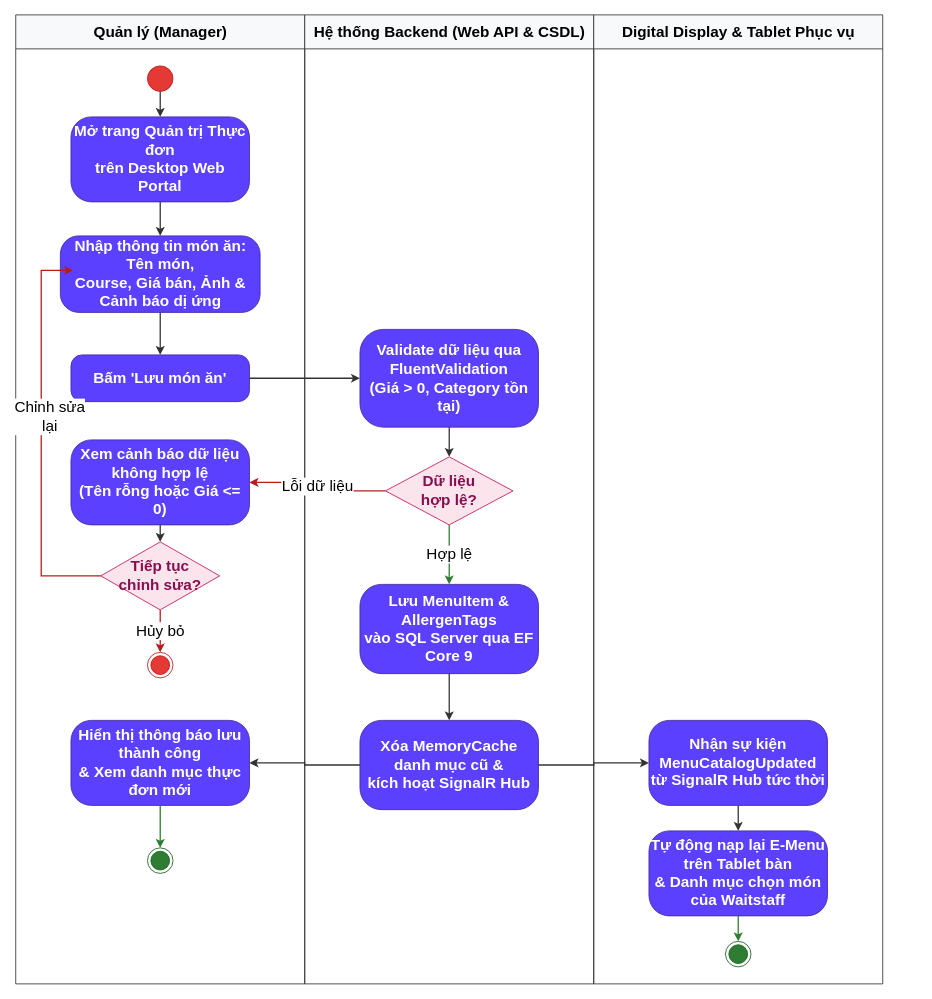
The draw.io diagram docs/phase1/drawio/ad11_menu_management.drawio in AndrewQng/VinDining, before the edit. Source tidied: cells renumbered, new cells numbered last; positions are measured from the earlier drawing's top-left corner, leaving out a move shared by most shapes. Both pictures are drawn from the tidied source at 85%, with x=0, y=0 at pixel (15, 14).
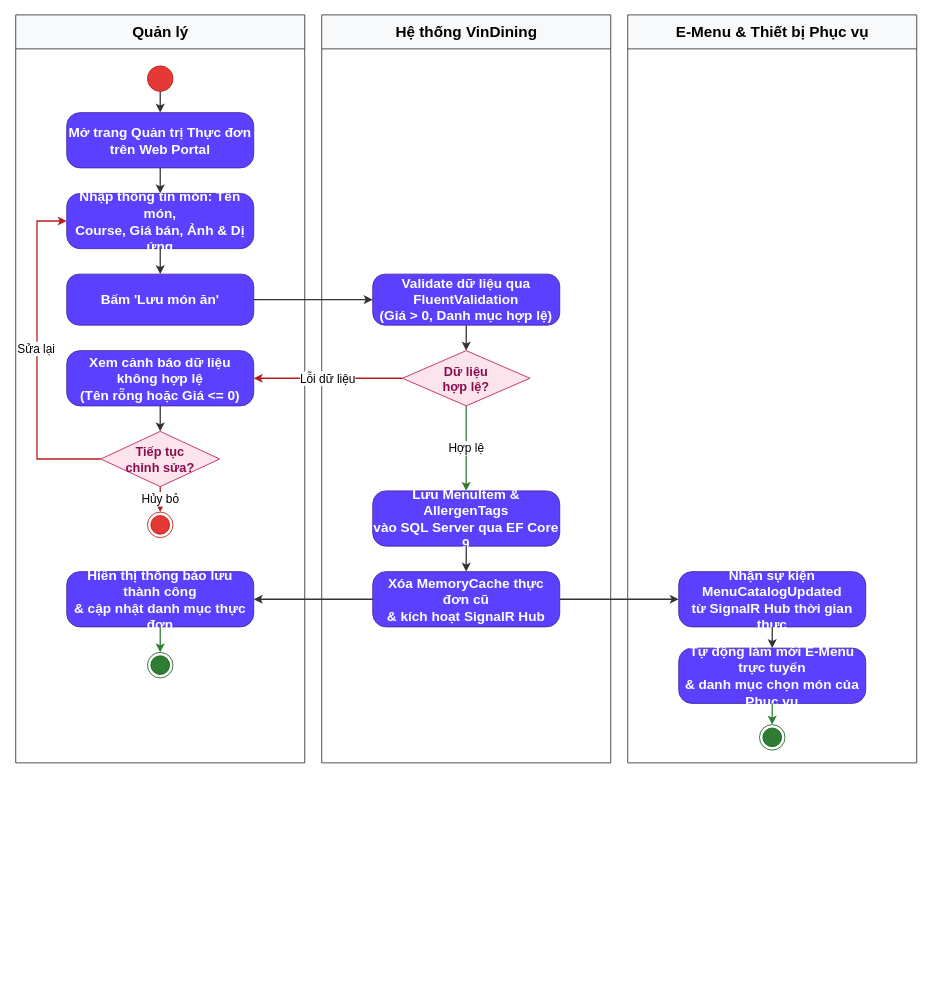
After the change.

Diff of the diagram source:
```diff
@@
-    <mxCell id="2" value="Quản lý (Manager)" style="swimlane;html=1;startSize=40;horizontal=1;fontStyle=1;fontSize=18;align=center;verticalAlign=middle;fillColor=#f8f9fa;strokeColor=#333333;swimlaneLine=1;" parent="1" vertex="1">
-      <mxGeometry width="340" height="1140" as="geometry" />
+    <mxCell id="2" value="Quản lý" style="swimlane;html=1;startSize=40;horizontal=1;fontStyle=1;fontSize=18;align=center;verticalAlign=middle;fillColor=#f8f9fa;strokeColor=#333333;swimlaneLine=1;" parent="1" vertex="1">
+      <mxGeometry width="340" height="880" as="geometry" />
     </mxCell>
-    <mxCell id="3" style="ellipse;whiteSpace=wrap;html=1;fillColor=#e53935;strokeColor=#b71c1c;fontSize=18;" parent="2" vertex="1">
+    <mxCell id="3" style="ellipse;whiteSpace=wrap;html=1;fillColor=#e53935;strokeColor=#b71c1c;" parent="2" vertex="1">
       <mxGeometry x="155" y="60" width="30" height="30" as="geometry" />
     </mxCell>
-    <mxCell id="4" value="Mở trang Quản trị Thực đơn&#10;trên Desktop Web Portal" style="rounded=1;arcSize=24;whiteSpace=wrap;html=1;fillColor=#5b40ff;strokeColor=#4527a0;fontColor=#ffffff;fontStyle=1;fontSize=18;align=center;verticalAlign=middle;" parent="2" vertex="1">
-      <mxGeometry x="65" y="120" width="210" height="100" as="geometry" />
+    <mxCell id="4" value="Mở trang Quản trị Thực đơn&#10;trên Web Portal" style="rounded=1;arcSize=24;whiteSpace=wrap;html=1;fillColor=#5b40ff;strokeColor=#4527a0;fontColor=#ffffff;fontStyle=1;fontSize=16;align=center;verticalAlign=middle;" parent="2" vertex="1">
+      <mxGeometry x="60" y="115" width="220" height="65" as="geometry" />
     </mxCell>
-    <mxCell id="5" value="Nhập thông tin món ăn: Tên món,&#10;Course, Giá bán, Ảnh &amp;amp; Cảnh báo dị ứng" style="rounded=1;arcSize=24;whiteSpace=wrap;html=1;fillColor=#5b40ff;strokeColor=#4527a0;fontColor=#ffffff;fontStyle=1;fontSize=18;align=center;verticalAlign=middle;" parent="2" vertex="1">
-      <mxGeometry x="52.5" y="260" width="235" height="90" as="geometry" />
+    <mxCell id="5" value="Nhập thông tin món: Tên món,&#10;Course, Giá bán, Ảnh &amp;amp; Dị ứng" style="rounded=1;arcSize=24;whiteSpace=wrap;html=1;fillColor=#5b40ff;strokeColor=#4527a0;fontColor=#ffffff;fontStyle=1;fontSize=16;align=center;verticalAlign=middle;" parent="2" vertex="1">
+      <mxGeometry x="60" y="210" width="220" height="65" as="geometry" />
     </mxCell>
-    <mxCell id="6" value="Bấm 'Lưu món ăn'" style="rounded=1;arcSize=24;whiteSpace=wrap;html=1;fillColor=#5b40ff;strokeColor=#4527a0;fontColor=#ffffff;fontStyle=1;fontSize=18;align=center;verticalAlign=middle;" parent="2" vertex="1">
-      <mxGeometry x="65" y="400" width="210" height="55" as="geometry" />
+    <mxCell id="6" value="Bấm 'Lưu món ăn'" style="rounded=1;arcSize=24;whiteSpace=wrap;html=1;fillColor=#5b40ff;strokeColor=#4527a0;fontColor=#ffffff;fontStyle=1;fontSize=16;align=center;verticalAlign=middle;" parent="2" vertex="1">
+      <mxGeometry x="60" y="305" width="220" height="60" as="geometry" />
     </mxCell>
-    <mxCell id="7" value="Xem cảnh báo dữ liệu không hợp lệ&#10;(Tên rỗng hoặc Giá &amp;lt;= 0)" style="rounded=1;arcSize=24;whiteSpace=wrap;html=1;fillColor=#5b40ff;strokeColor=#4527a0;fontColor=#ffffff;fontStyle=1;fontSize=18;align=center;verticalAlign=middle;" parent="2" vertex="1">
-      <mxGeometry x="65" y="500" width="210" height="100" as="geometry" />
+    <mxCell id="7" value="Xem cảnh báo dữ liệu không hợp lệ&#10;(Tên rỗng hoặc Giá &amp;lt;= 0)" style="rounded=1;arcSize=24;whiteSpace=wrap;html=1;fillColor=#5b40ff;strokeColor=#4527a0;fontColor=#ffffff;fontStyle=1;fontSize=16;align=center;verticalAlign=middle;" parent="2" vertex="1">
+      <mxGeometry x="60" y="395" width="220" height="65" as="geometry" />
     </mxCell>
-    <mxCell id="8" value="Tiếp tục&#10;chỉnh sửa?" style="rhombus;whiteSpace=wrap;html=1;fillColor=#fce4ec;strokeColor=#c2185b;fontColor=#880e4f;fontStyle=1;fontSize=18;align=center;verticalAlign=middle;" parent="2" vertex="1">
-      <mxGeometry x="100" y="620" width="140" height="80" as="geometry" />
+    <mxCell id="8" value="Tiếp tục&#10;chỉnh sửa?" style="rhombus;whiteSpace=wrap;html=1;fillColor=#fce4ec;strokeColor=#c2185b;fontColor=#880e4f;fontStyle=1;fontSize=15;align=center;verticalAlign=middle;" parent="2" vertex="1">
+      <mxGeometry x="100" y="490" width="140" height="65" as="geometry" />
     </mxCell>
-    <mxCell id="9" style="ellipse;html=1;shape=endState;fillColor=#e53935;strokeColor=#b71c1c;fontSize=18;" parent="2" vertex="1">
-      <mxGeometry x="155" y="750" width="30" height="30" as="geometry" />
+    <mxCell id="9" style="ellipse;html=1;shape=endState;fillColor=#e53935;strokeColor=#b71c1c;" parent="2" vertex="1">
+      <mxGeometry x="155" y="585" width="30" height="30" as="geometry" />
     </mxCell>
-    <mxCell id="10" value="Hiển thị thông báo lưu thành công&#10;&amp;amp; Xem danh mục thực đơn mới" style="rounded=1;arcSize=24;whiteSpace=wrap;html=1;fillColor=#5b40ff;strokeColor=#4527a0;fontColor=#ffffff;fontStyle=1;fontSize=18;align=center;verticalAlign=middle;" parent="2" vertex="1">
-      <mxGeometry x="65" y="830" width="210" height="100" as="geometry" />
+    <mxCell id="10" value="Hiển thị thông báo lưu thành công&#10;&amp;amp; cập nhật danh mục thực đơn" style="rounded=1;arcSize=24;whiteSpace=wrap;html=1;fillColor=#5b40ff;strokeColor=#4527a0;fontColor=#ffffff;fontStyle=1;fontSize=16;align=center;verticalAlign=middle;" parent="2" vertex="1">
+      <mxGeometry x="60" y="655" width="220" height="65" as="geometry" />
     </mxCell>
+    <mxCell id="12" style="ellipse;html=1;shape=endState;fillColor=#2e7d32;strokeColor=#1b5e20;" parent="2" vertex="1">
+      <mxGeometry x="155" y="750" width="30" height="30" as="geometry" />
+    </mxCell>
+    <mxCell id="28" style="edgeStyle=orthogonalEdgeStyle;rounded=0;strokeColor=#333333;strokeWidth=1.5;html=1;exitX=0.5;exitY=1;entryX=0.5;entryY=0;" parent="2" edge="1" source="3" target="4">
+      <mxGeometry relative="1" as="geometry" />
+    </mxCell>
+    <mxCell id="29" style="edgeStyle=orthogonalEdgeStyle;rounded=0;strokeColor=#333333;strokeWidth=1.5;html=1;exitX=0.5;exitY=1;entryX=0.5;entryY=0;" parent="2" edge="1" source="4" target="5">
+      <mxGeometry relative="1" as="geometry" />
+    </mxCell>
+    <mxCell id="30" style="edgeStyle=orthogonalEdgeStyle;rounded=0;strokeColor=#333333;strokeWidth=1.5;html=1;exitX=0.5;exitY=1;entryX=0.5;entryY=0;" parent="2" edge="1" source="5" target="6">
+      <mxGeometry relative="1" as="geometry" />
+    </mxCell>
+    <mxCell id="33" style="edgeStyle=orthogonalEdgeStyle;rounded=0;strokeColor=#333333;strokeWidth=1.5;html=1;exitX=0.5;exitY=1;entryX=0.5;entryY=0;" parent="2" edge="1" source="7" target="8">
+      <mxGeometry relative="1" as="geometry" />
+    </mxCell>
+    <mxCell id="34" value="Hủy bỏ" style="edgeStyle=orthogonalEdgeStyle;rounded=0;strokeColor=#b71c1c;strokeWidth=1.5;html=1;fontSize=14;labelBackgroundColor=#ffffff;exitX=0.5;exitY=1;entryX=0.5;entryY=0;" parent="2" edge="1" source="8" target="9">
+      <mxGeometry relative="1" as="geometry" />
+    </mxCell>
+    <mxCell id="13" value="Sửa lại" style="edgeStyle=orthogonalEdgeStyle;rounded=0;strokeColor=#b71c1c;strokeWidth=1.5;html=1;fontSize=14;labelBackgroundColor=#ffffff;exitX=0;exitY=0.5;entryX=0;entryY=0.5;" parent="2" edge="1" source="8" target="5">
+      <mxGeometry relative="1" as="geometry">
+        <Array as="points">
+          <mxPoint x="25" y="522.5" />
+          <mxPoint x="25" y="242.5" />
+        </Array>
+        <mxPoint x="-1" y="-10" as="offset" />
+      </mxGeometry>
+    </mxCell>
-    <mxCell id="11" style="edgeStyle=orthogonalEdgeStyle;rounded=0;strokeColor=#2e7d32;strokeWidth=1.5;html=1;exitX=0.5;exitY=1;entryX=0.5;entryY=0;fontSize=18;" parent="2" edge="1" source="10" target="12">
+    <mxCell id="11" style="edgeStyle=orthogonalEdgeStyle;rounded=0;strokeColor=#2e7d32;strokeWidth=1.5;html=1;exitX=0.5;exitY=1;entryX=0.5;entryY=0;" parent="2" edge="1" source="10" target="12">
       <mxGeometry relative="1" as="geometry" />
     </mxCell>
-    <mxCell id="12" style="ellipse;html=1;shape=endState;fillColor=#2e7d32;strokeColor=#1b5e20;fontSize=18;" parent="2" vertex="1">
-      <mxGeometry x="155" y="980" width="30" height="30" as="geometry" />
-    </mxCell>
-    <mxCell id="13" value="Chỉnh sửa&#10;lại" style="edgeStyle=orthogonalEdgeStyle;rounded=0;strokeColor=#b71c1c;strokeWidth=1.5;html=1;fontSize=18;labelBackgroundColor=#ffffff;exitX=0;exitY=0.5;entryX=0;entryY=0.452;entryDx=0;entryDy=0;entryPerimeter=0;exitDx=0;exitDy=0;" parent="2" edge="1" source="8">
-      <mxGeometry x="0.1" y="-10" relative="1" as="geometry">
-        <mxPoint x="67.5" y="300.7" as="targetPoint" />
-        <Array as="points">
-          <mxPoint x="30" y="660" />
-          <mxPoint x="30" y="300" />
-          <mxPoint x="67.5" y="300" />
-        </Array>
-      </mxGeometry>
-    </mxCell>
-    <mxCell id="14" value="Hệ thống Backend (Web API &amp;amp; CSDL)" style="swimlane;html=1;startSize=40;horizontal=1;fontStyle=1;fontSize=18;align=center;verticalAlign=middle;fillColor=#f8f9fa;strokeColor=#333333;swimlaneLine=1;" parent="1" vertex="1">
-      <mxGeometry x="340" width="340" height="1140" as="geometry" />
+    <mxCell id="14" value="Hệ thống VinDining" style="swimlane;html=1;startSize=40;horizontal=1;fontStyle=1;fontSize=18;align=center;verticalAlign=middle;fillColor=#f8f9fa;strokeColor=#333333;swimlaneLine=1;" parent="1" vertex="1">
+      <mxGeometry x="360" width="340" height="880" as="geometry" />
     </mxCell>
-    <mxCell id="15" value="Validate dữ liệu qua FluentValidation&#10;(Giá &amp;gt; 0, Category tồn tại)" style="rounded=1;arcSize=24;whiteSpace=wrap;html=1;fillColor=#5b40ff;strokeColor=#4527a0;fontColor=#ffffff;fontStyle=1;fontSize=18;align=center;verticalAlign=middle;" parent="14" vertex="1">
-      <mxGeometry x="65" y="370" width="210" height="115" as="geometry" />
+    <mxCell id="15" value="Validate dữ liệu qua FluentValidation&#10;(Giá &amp;gt; 0, Danh mục hợp lệ)" style="rounded=1;arcSize=24;whiteSpace=wrap;html=1;fillColor=#5b40ff;strokeColor=#4527a0;fontColor=#ffffff;fontStyle=1;fontSize=16;align=center;verticalAlign=middle;" parent="14" vertex="1">
+      <mxGeometry x="60" y="305" width="220" height="60" as="geometry" />
     </mxCell>
-    <mxCell id="16" value="Dữ liệu&#10;hợp lệ?" style="rhombus;whiteSpace=wrap;html=1;fillColor=#fce4ec;strokeColor=#c2185b;fontColor=#880e4f;fontStyle=1;fontSize=18;align=center;verticalAlign=middle;" parent="14" vertex="1">
-      <mxGeometry x="95" y="520" width="150" height="80" as="geometry" />
+    <mxCell id="16" value="Dữ liệu&#10;hợp lệ?" style="rhombus;whiteSpace=wrap;html=1;fillColor=#fce4ec;strokeColor=#c2185b;fontColor=#880e4f;fontStyle=1;fontSize=15;align=center;verticalAlign=middle;" parent="14" vertex="1">
+      <mxGeometry x="95" y="395" width="150" height="65" as="geometry" />
     </mxCell>
-    <mxCell id="17" value="Lưu MenuItem &amp;amp; AllergenTags&#10;vào SQL Server qua EF Core 9" style="rounded=1;arcSize=24;whiteSpace=wrap;html=1;fillColor=#5b40ff;strokeColor=#4527a0;fontColor=#ffffff;fontStyle=1;fontSize=18;align=center;verticalAlign=middle;" parent="14" vertex="1">
-      <mxGeometry x="65" y="670" width="210" height="105" as="geometry" />
+    <mxCell id="17" value="Lưu MenuItem &amp;amp; AllergenTags&#10;vào SQL Server qua EF Core 9" style="rounded=1;arcSize=24;whiteSpace=wrap;html=1;fillColor=#5b40ff;strokeColor=#4527a0;fontColor=#ffffff;fontStyle=1;fontSize=16;align=center;verticalAlign=middle;" parent="14" vertex="1">
+      <mxGeometry x="60" y="560" width="220" height="65" as="geometry" />
     </mxCell>
-    <mxCell id="18" value="Xóa MemoryCache danh mục cũ &amp;amp;&#10;kích hoạt SignalR Hub" style="rounded=1;arcSize=24;whiteSpace=wrap;html=1;fillColor=#5b40ff;strokeColor=#4527a0;fontColor=#ffffff;fontStyle=1;fontSize=18;align=center;verticalAlign=middle;" parent="14" vertex="1">
-      <mxGeometry x="65" y="830" width="210" height="105" as="geometry" />
+    <mxCell id="18" value="Xóa MemoryCache thực đơn cũ&#10;&amp;amp; kích hoạt SignalR Hub" style="rounded=1;arcSize=24;whiteSpace=wrap;html=1;fillColor=#5b40ff;strokeColor=#4527a0;fontColor=#ffffff;fontStyle=1;fontSize=16;align=center;verticalAlign=middle;" parent="14" vertex="1">
+      <mxGeometry x="60" y="655" width="220" height="65" as="geometry" />
     </mxCell>
-    <mxCell id="19" style="edgeStyle=orthogonalEdgeStyle;rounded=0;strokeColor=#333333;strokeWidth=1.5;html=1;exitX=0.5;exitY=1;entryX=0.5;entryY=0;fontSize=18;" parent="14" edge="1" source="15" target="16">
+    <mxCell id="19" style="edgeStyle=orthogonalEdgeStyle;rounded=0;strokeColor=#333333;strokeWidth=1.5;html=1;exitX=0.5;exitY=1;entryX=0.5;entryY=0;" parent="14" edge="1" source="15" target="16">
       <mxGeometry relative="1" as="geometry" />
     </mxCell>
-    <mxCell id="20" value="Hợp lệ" style="edgeStyle=orthogonalEdgeStyle;rounded=0;strokeColor=#2e7d32;strokeWidth=1.5;html=1;fontSize=18;labelBackgroundColor=#ffffff;exitX=0.5;exitY=1;entryX=0.5;entryY=0;" parent="14" edge="1" source="16" target="17">
+    <mxCell id="20" value="Hợp lệ" style="edgeStyle=orthogonalEdgeStyle;rounded=0;strokeColor=#2e7d32;strokeWidth=1.5;html=1;fontSize=14;labelBackgroundColor=#ffffff;exitX=0.5;exitY=1;entryX=0.5;entryY=0;" parent="14" edge="1" source="16" target="17">
       <mxGeometry relative="1" as="geometry" />
     </mxCell>
-    <mxCell id="21" style="edgeStyle=orthogonalEdgeStyle;rounded=0;strokeColor=#333333;strokeWidth=1.5;html=1;exitX=0.5;exitY=1;entryX=0.5;entryY=0;fontSize=18;" parent="14" edge="1" source="17" target="18">
+    <mxCell id="21" style="edgeStyle=orthogonalEdgeStyle;rounded=0;strokeColor=#333333;strokeWidth=1.5;html=1;exitX=0.5;exitY=1;entryX=0.5;entryY=0;" parent="14" edge="1" source="17" target="18">
       <mxGeometry relative="1" as="geometry" />
     </mxCell>
-    <mxCell id="22" value="Digital Display &amp;amp; Tablet Phục vụ" style="swimlane;html=1;startSize=40;horizontal=1;fontStyle=1;fontSize=18;align=center;verticalAlign=middle;fillColor=#f8f9fa;strokeColor=#333333;swimlaneLine=1;" parent="1" vertex="1">
-      <mxGeometry x="680" width="340" height="1140" as="geometry" />
+    <mxCell id="22" value="E-Menu &amp;amp; Thiết bị Phục vụ" style="swimlane;html=1;startSize=40;horizontal=1;fontStyle=1;fontSize=18;align=center;verticalAlign=middle;fillColor=#f8f9fa;strokeColor=#333333;swimlaneLine=1;" parent="1" vertex="1">
+      <mxGeometry x="720" width="340" height="880" as="geometry" />
     </mxCell>
-    <mxCell id="23" value="Nhận sự kiện MenuCatalogUpdated&#10;từ SignalR Hub tức thời" style="rounded=1;arcSize=24;whiteSpace=wrap;html=1;fillColor=#5b40ff;strokeColor=#4527a0;fontColor=#ffffff;fontStyle=1;fontSize=18;align=center;verticalAlign=middle;" parent="22" vertex="1">
-      <mxGeometry x="65" y="830" width="210" height="100" as="geometry" />
+    <mxCell id="23" value="Nhận sự kiện MenuCatalogUpdated&#10;từ SignalR Hub thời gian thực" style="rounded=1;arcSize=24;whiteSpace=wrap;html=1;fillColor=#5b40ff;strokeColor=#4527a0;fontColor=#ffffff;fontStyle=1;fontSize=16;align=center;verticalAlign=middle;" parent="22" vertex="1">
+      <mxGeometry x="60" y="655" width="220" height="65" as="geometry" />
     </mxCell>
-    <mxCell id="24" value="Tự động nạp lại E-Menu trên Tablet bàn&#10;&amp;amp; Danh mục chọn món của Waitstaff" style="rounded=1;arcSize=24;whiteSpace=wrap;html=1;fillColor=#5b40ff;strokeColor=#4527a0;fontColor=#ffffff;fontStyle=1;fontSize=18;align=center;verticalAlign=middle;" parent="22" vertex="1">
-      <mxGeometry x="65" y="960" width="210" height="100" as="geometry" />
+    <mxCell id="24" value="Tự động làm mới E-Menu trực tuyến&#10;&amp;amp; danh mục chọn món của Phục vụ" style="rounded=1;arcSize=24;whiteSpace=wrap;html=1;fillColor=#5b40ff;strokeColor=#4527a0;fontColor=#ffffff;fontStyle=1;fontSize=16;align=center;verticalAlign=middle;" parent="22" vertex="1">
+      <mxGeometry x="60" y="745" width="220" height="65" as="geometry" />
     </mxCell>
-    <mxCell id="25" style="ellipse;html=1;shape=endState;fillColor=#2e7d32;strokeColor=#1b5e20;fontSize=18;" parent="22" vertex="1">
-      <mxGeometry x="155" y="1090" width="30" height="30" as="geometry" />
+    <mxCell id="25" style="ellipse;html=1;shape=endState;fillColor=#2e7d32;strokeColor=#1b5e20;" parent="22" vertex="1">
+      <mxGeometry x="155" y="835" width="30" height="30" as="geometry" />
     </mxCell>
-    <mxCell id="26" style="edgeStyle=orthogonalEdgeStyle;rounded=0;strokeColor=#333333;strokeWidth=1.5;html=1;exitX=0.5;exitY=1;entryX=0.5;entryY=0;fontSize=18;" parent="22" edge="1" source="23" target="24">
+    <mxCell id="26" style="edgeStyle=orthogonalEdgeStyle;rounded=0;strokeColor=#333333;strokeWidth=1.5;html=1;exitX=0.5;exitY=1;entryX=0.5;entryY=0;" parent="22" edge="1" source="23" target="24">
       <mxGeometry relative="1" as="geometry" />
     </mxCell>
-    <mxCell id="27" style="edgeStyle=orthogonalEdgeStyle;rounded=0;strokeColor=#2e7d32;strokeWidth=1.5;html=1;exitX=0.5;exitY=1;entryX=0.5;entryY=0;fontSize=18;" parent="22" edge="1" source="24" target="25">
+    <mxCell id="27" style="edgeStyle=orthogonalEdgeStyle;rounded=0;strokeColor=#2e7d32;strokeWidth=1.5;html=1;exitX=0.5;exitY=1;entryX=0.5;entryY=0;" parent="22" edge="1" source="24" target="25">
       <mxGeometry relative="1" as="geometry" />
     </mxCell>
-    <mxCell id="28" style="edgeStyle=orthogonalEdgeStyle;rounded=0;strokeColor=#333333;strokeWidth=1.5;html=1;fontSize=18;" parent="1" edge="1" source="3" target="4">
-      <mxGeometry relative="1" as="geometry" />
-    </mxCell>
-    <mxCell id="29" style="edgeStyle=orthogonalEdgeStyle;rounded=0;strokeColor=#333333;strokeWidth=1.5;html=1;fontSize=18;" parent="1" edge="1" source="4" target="5">
-      <mxGeometry relative="1" as="geometry" />
-    </mxCell>
-    <mxCell id="30" style="edgeStyle=orthogonalEdgeStyle;rounded=0;strokeColor=#333333;strokeWidth=1.5;html=1;fontSize=18;" parent="1" edge="1" source="5" target="6">
-      <mxGeometry relative="1" as="geometry" />
-    </mxCell>
-    <mxCell id="31" style="edgeStyle=orthogonalEdgeStyle;rounded=0;strokeColor=#333333;strokeWidth=1.5;html=1;exitX=1;exitY=0.5;entryX=0;entryY=0.5;fontSize=18;" parent="1" edge="1" source="6" target="15">
+    <mxCell id="31" style="edgeStyle=orthogonalEdgeStyle;rounded=0;strokeColor=#333333;strokeWidth=1.5;html=1;exitX=1;exitY=0.5;entryX=0;entryY=0.5;" parent="1" edge="1" source="6" target="15">
       <mxGeometry relative="1" as="geometry" />
     </mxCell>
-    <mxCell id="32" value="Lỗi dữ liệu" style="edgeStyle=orthogonalEdgeStyle;rounded=0;strokeColor=#b71c1c;strokeWidth=1.5;html=1;fontSize=18;labelBackgroundColor=#ffffff;exitX=0;exitY=0.5;entryX=1;entryY=0.5;" parent="1" edge="1" source="16" target="7">
+    <mxCell id="32" value="Lỗi dữ liệu" style="edgeStyle=orthogonalEdgeStyle;rounded=0;strokeColor=#b71c1c;strokeWidth=1.5;html=1;fontSize=14;labelBackgroundColor=#ffffff;exitX=0;exitY=0.5;entryX=1;entryY=0.5;" parent="1" edge="1" source="16" target="7">
       <mxGeometry relative="1" as="geometry" />
     </mxCell>
-    <mxCell id="33" style="edgeStyle=orthogonalEdgeStyle;rounded=0;strokeColor=#333333;strokeWidth=1.5;html=1;exitX=0.5;exitY=1;entryX=0.5;entryY=0;fontSize=18;" parent="1" edge="1" source="7" target="8">
-      <mxGeometry relative="1" as="geometry" />
-    </mxCell>
-    <mxCell id="34" value="Hủy bỏ" style="edgeStyle=orthogonalEdgeStyle;rounded=0;strokeColor=#b71c1c;strokeWidth=1.5;html=1;fontSize=18;labelBackgroundColor=#ffffff;exitX=0.5;exitY=1;entryX=0.5;entryY=0;" parent="1" edge="1" source="8" target="9">
-      <mxGeometry relative="1" as="geometry" />
-    </mxCell>
-    <mxCell id="35" style="edgeStyle=orthogonalEdgeStyle;rounded=0;strokeColor=#333333;strokeWidth=1.5;html=1;exitX=0;exitY=0.5;entryX=1;entryY=0.5;fontSize=18;" parent="1" edge="1" source="18" target="10">
+    <mxCell id="35" style="edgeStyle=orthogonalEdgeStyle;rounded=0;strokeColor=#333333;strokeWidth=1.5;html=1;exitX=0;exitY=0.5;entryX=1;entryY=0.5;" parent="1" edge="1" source="18" target="10">
       <mxGeometry relative="1" as="geometry" />
     </mxCell>
-    <mxCell id="36" style="edgeStyle=orthogonalEdgeStyle;rounded=0;strokeColor=#333333;strokeWidth=1.5;html=1;exitX=1;exitY=0.5;entryX=0;entryY=0.5;fontSize=18;" parent="1" edge="1" source="18" target="23">
+    <mxCell id="36" style="edgeStyle=orthogonalEdgeStyle;rounded=0;strokeColor=#333333;strokeWidth=1.5;html=1;exitX=1;exitY=0.5;entryX=0;entryY=0.5;" parent="1" edge="1" source="18" target="23">
       <mxGeometry relative="1" as="geometry" />
     </mxCell>
```
